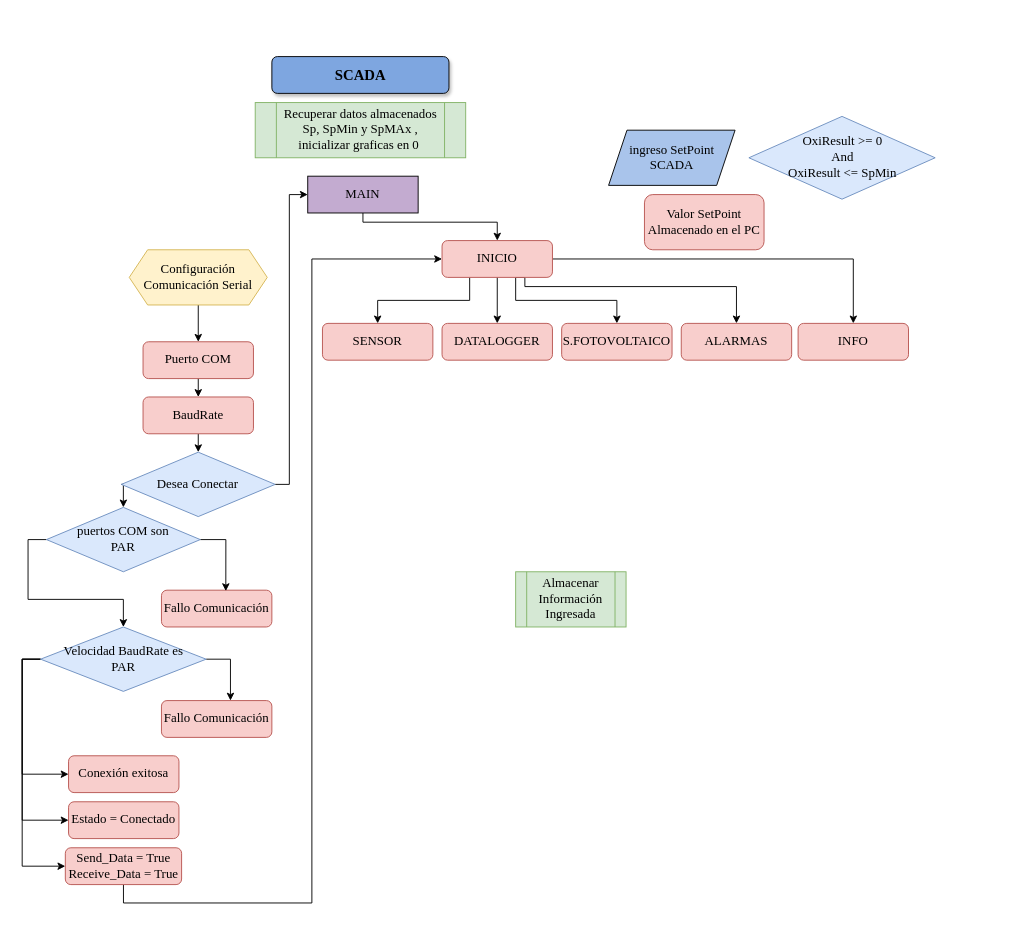
This is DIAGRAMAS DE FLUJO/Untitled Diagram.drawio from CarlosFonseca97/SCADA_DIEGO, a draw.io file, before an edit. Source tidied: cells renumbered, new cells numbered last; positions are measured from the earlier drawing's top-left corner, leaving out a move shared by most shapes. Both pictures are drawn from the tidied source at 92%, with x=0, y=0 at pixel (40, 56). Pictures stored in the file or linked from it are replaced by grey dashed boxes.
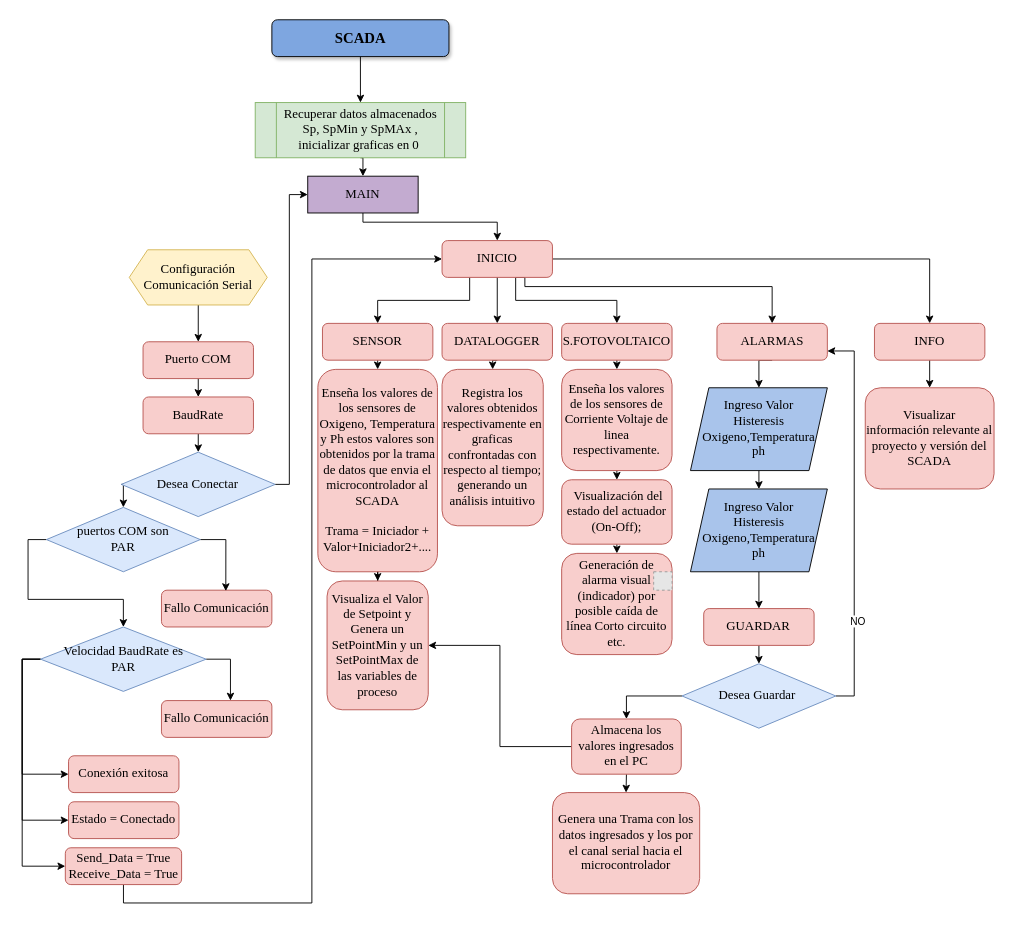
Above is the later version.

The change refers to these unchanged cells:
```xml
<mxCell id="7" value="&lt;font face=&quot;Times New Roman&quot; style=&quot;font-size: 14px&quot;&gt;MAIN&lt;/font&gt;" style="rounded=0;whiteSpace=wrap;html=1;fillColor=#C3ABD0;" parent="1" vertex="1">
  <mxGeometry x="290" y="130" width="120" height="40" as="geometry" />
</mxCell>
<mxCell id="16" value="&lt;span style=&quot;font-family: &amp;#34;times new roman&amp;#34; ; font-size: 14px&quot;&gt;INICIO&lt;/span&gt;" style="rounded=1;whiteSpace=wrap;html=1;strokeColor=#b85450;fillColor=#f8cecc;" parent="1" vertex="1">
  <mxGeometry x="436" y="200" width="120" height="40" as="geometry" />
</mxCell>
<mxCell id="17" value="&lt;font face=&quot;Times New Roman&quot;&gt;&lt;span style=&quot;font-size: 14px&quot;&gt;SENSOR&lt;/span&gt;&lt;/font&gt;" style="rounded=1;whiteSpace=wrap;html=1;strokeColor=#b85450;fillColor=#f8cecc;" parent="1" vertex="1">
  <mxGeometry x="306" y="290" width="120" height="40" as="geometry" />
</mxCell>
<mxCell id="18" value="&lt;font face=&quot;Times New Roman&quot;&gt;&lt;span style=&quot;font-size: 14px&quot;&gt;DATALOGGER&lt;/span&gt;&lt;/font&gt;" style="rounded=1;whiteSpace=wrap;html=1;strokeColor=#b85450;fillColor=#f8cecc;" parent="1" vertex="1">
  <mxGeometry x="436" y="290" width="120" height="40" as="geometry" />
</mxCell>
<mxCell id="19" value="&lt;font face=&quot;Times New Roman&quot;&gt;&lt;span style=&quot;font-size: 14px&quot;&gt;S.FOTOVOLTAICO&lt;/span&gt;&lt;/font&gt;" style="rounded=1;whiteSpace=wrap;html=1;strokeColor=#b85450;fillColor=#f8cecc;" parent="1" vertex="1">
  <mxGeometry x="566" y="290" width="120" height="40" as="geometry" />
</mxCell>
<mxCell id="43" value="&lt;font face=&quot;Times New Roman&quot; style=&quot;font-size: 14px&quot;&gt;Recuperar datos almacenados Sp, SpMin y SpMAx , inicializar graficas en 0&amp;nbsp;&lt;/font&gt;" style="shape=process;whiteSpace=wrap;html=1;backgroundOutline=1;fillColor=#d5e8d4;strokeColor=#82b366;" parent="1" vertex="1">
  <mxGeometry x="232.9" y="50" width="228.8" height="60" as="geometry" />
</mxCell>
```

The edit, as a diff of the source:
```diff
@@
+    <mxCell id="44" style="edgeStyle=orthogonalEdgeStyle;rounded=0;jettySize=auto;html=1;exitX=0.5;exitY=1;exitDx=0;exitDy=0;entryX=0.5;entryY=0;entryDx=0;entryDy=0;" parent="1" edge="1" source="2" target="43">
+      <mxGeometry relative="1" as="geometry" />
+    </mxCell>
     <mxCell id="2" value="&lt;font face=&quot;Times New Roman&quot; style=&quot;font-size: 16px&quot;&gt;&lt;b style=&quot;font-size: 16px&quot;&gt;SCADA&lt;/b&gt;&lt;/font&gt;" style="rounded=1;whiteSpace=wrap;html=1;fontSize=16;glass=0;strokeWidth=1;shadow=1;fillColor=#7EA6E0;" parent="1" vertex="1">
-      <mxGeometry x="251" width="192.5" height="40" as="geometry" />
+      <mxGeometry x="251" y="-40" width="192.5" height="40" as="geometry" />
     </mxCell>
+    <mxCell id="45" style="edgeStyle=orthogonalEdgeStyle;rounded=0;jettySize=auto;html=1;exitX=0.5;exitY=1;exitDx=0;exitDy=0;" parent="1" edge="1" source="3" target="62">
+      <mxGeometry relative="1" as="geometry" />
+    </mxCell>
-    <mxCell id="3" value="&lt;font face=&quot;Times New Roman&quot; style=&quot;font-size: 14px&quot;&gt;Valor SetPoint Almacenado en el PC&lt;/font&gt;" style="rounded=1;whiteSpace=wrap;html=1;strokeColor=#b85450;fillColor=#f8cecc;" parent="1" vertex="1">
-      <mxGeometry x="656" y="150" width="130" height="60" as="geometry" />
+    <mxCell id="3" value="&lt;font face=&quot;Times New Roman&quot; style=&quot;font-size: 14px&quot;&gt;Enseña los valores de los sensores de Oxigeno, Temperatura y Ph estos valores son obtenidos por la trama de datos que envia el microcontrolador al SCADA&lt;br&gt;&lt;br&gt;Trama = Iniciador + Valor+Iniciador2+....&lt;br&gt;&lt;/font&gt;" style="rounded=1;whiteSpace=wrap;html=1;strokeColor=#b85450;fillColor=#f8cecc;" parent="1" vertex="1">
+      <mxGeometry x="301" y="340" width="130" height="220" as="geometry" />
     </mxCell>
+    <mxCell id="46" style="edgeStyle=orthogonalEdgeStyle;rounded=0;jettySize=auto;html=1;exitX=0.5;exitY=1;exitDx=0;exitDy=0;entryX=0.5;entryY=0;entryDx=0;entryDy=0;" parent="1" edge="1" source="4" target="61">
+      <mxGeometry relative="1" as="geometry" />
+    </mxCell>
-    <mxCell id="4" value="&lt;font face=&quot;Times New Roman&quot; style=&quot;font-size: 14px&quot;&gt;ingreso SetPoint&lt;br&gt;SCADA&lt;/font&gt;" style="shape=parallelogram;perimeter=parallelogramPerimeter;whiteSpace=wrap;html=1;fixedSize=1;fillColor=#A9C4EB;" parent="1" vertex="1">
-      <mxGeometry x="617" y="80" width="137.5" height="60" as="geometry" />
+    <mxCell id="4" value="&lt;span style=&quot;font-family: &amp;#34;times new roman&amp;#34; ; font-size: 14px&quot;&gt;Ingreso Valor&lt;/span&gt;&lt;br style=&quot;font-family: &amp;#34;times new roman&amp;#34; ; font-size: 14px&quot;&gt;&lt;span style=&quot;font-family: &amp;#34;times new roman&amp;#34; ; font-size: 14px&quot;&gt;Histeresis&lt;/span&gt;&lt;br style=&quot;font-family: &amp;#34;times new roman&amp;#34; ; font-size: 14px&quot;&gt;&lt;span style=&quot;font-family: &amp;#34;times new roman&amp;#34; ; font-size: 14px&quot;&gt;Oxigeno,Temperatura&lt;/span&gt;&lt;br style=&quot;font-family: &amp;#34;times new roman&amp;#34; ; font-size: 14px&quot;&gt;&lt;span style=&quot;font-family: &amp;#34;times new roman&amp;#34; ; font-size: 14px&quot;&gt;ph&lt;/span&gt;" style="shape=parallelogram;perimeter=parallelogramPerimeter;whiteSpace=wrap;html=1;fixedSize=1;fillColor=#A9C4EB;" parent="1" vertex="1">
+      <mxGeometry x="706" y="360" width="148.8" height="90" as="geometry" />
     </mxCell>
-    <mxCell id="5" value="&lt;font face=&quot;Times New Roman&quot; style=&quot;font-size: 14px&quot;&gt;Almacenar Información Ingresada&lt;/font&gt;" style="shape=process;whiteSpace=wrap;html=1;backgroundOutline=1;fillColor=#d5e8d4;strokeColor=#82b366;" parent="1" vertex="1">
-      <mxGeometry x="516" y="560" width="120" height="60" as="geometry" />
-    </mxCell>
@@
-    <mxCell id="10" value="&lt;font style=&quot;font-size: 14px&quot; face=&quot;Times New Roman&quot;&gt;OxiResult &amp;gt;= 0 &lt;br&gt;And &lt;br&gt;OxiResult &amp;lt;= SpMin&lt;/font&gt;" style="rhombus;whiteSpace=wrap;html=1;fillColor=#dae8fc;strokeColor=#6c8ebf;" parent="1" vertex="1">
-      <mxGeometry x="769.5" y="65" width="202.5" height="90" as="geometry" />
-    </mxCell>
@@
     <mxCell id="15" style="edgeStyle=orthogonalEdgeStyle;rounded=0;jettySize=auto;html=1;exitX=0.75;exitY=1;exitDx=0;exitDy=0;entryX=0.5;entryY=0;entryDx=0;entryDy=0;" parent="1" edge="1" source="16" target="20">
       <mxGeometry relative="1" as="geometry">
         <Array as="points">
           <mxPoint x="526" y="250" />
-          <mxPoint x="756" y="250" />
+          <mxPoint x="795" y="250" />
         </Array>
       </mxGeometry>
     </mxCell>
@@
+    <mxCell id="47" style="edgeStyle=orthogonalEdgeStyle;rounded=0;jettySize=auto;html=1;exitX=0.5;exitY=1;exitDx=0;exitDy=0;entryX=0.5;entryY=0;entryDx=0;entryDy=0;" parent="1" edge="1" source="17" target="3">
+      <mxGeometry relative="1" as="geometry" />
+    </mxCell>
@@
+    <mxCell id="48" style="edgeStyle=orthogonalEdgeStyle;rounded=0;jettySize=auto;html=1;exitX=0.5;exitY=1;exitDx=0;exitDy=0;entryX=0.5;entryY=0;entryDx=0;entryDy=0;" parent="1" edge="1" source="18" target="53">
+      <mxGeometry relative="1" as="geometry" />
+    </mxCell>
@@
+    <mxCell id="49" style="edgeStyle=orthogonalEdgeStyle;rounded=0;jettySize=auto;html=1;exitX=0.5;exitY=1;exitDx=0;exitDy=0;entryX=0.5;entryY=0;entryDx=0;entryDy=0;" parent="1" edge="1" source="19" target="56">
+      <mxGeometry relative="1" as="geometry" />
+    </mxCell>
@@
+    <mxCell id="50" style="edgeStyle=orthogonalEdgeStyle;rounded=0;jettySize=auto;html=1;exitX=0.5;exitY=1;exitDx=0;exitDy=0;entryX=0.5;entryY=0;entryDx=0;entryDy=0;" parent="1" edge="1" source="20" target="4">
+      <mxGeometry relative="1" as="geometry" />
+    </mxCell>
     <mxCell id="20" value="&lt;font face=&quot;Times New Roman&quot;&gt;&lt;span style=&quot;font-size: 14px&quot;&gt;ALARMAS&lt;/span&gt;&lt;/font&gt;" style="rounded=1;whiteSpace=wrap;html=1;strokeColor=#b85450;fillColor=#f8cecc;" parent="1" vertex="1">
-      <mxGeometry x="696" y="290" width="120" height="40" as="geometry" />
+      <mxGeometry x="734.8" y="290" width="120" height="40" as="geometry" />
     </mxCell>
+    <mxCell id="51" style="edgeStyle=orthogonalEdgeStyle;rounded=0;jettySize=auto;html=1;exitX=0.5;exitY=1;exitDx=0;exitDy=0;entryX=0.5;entryY=0;entryDx=0;entryDy=0;" parent="1" edge="1" source="21" target="73">
+      <mxGeometry relative="1" as="geometry" />
+    </mxCell>
     <mxCell id="21" value="&lt;font face=&quot;Times New Roman&quot;&gt;&lt;span style=&quot;font-size: 14px&quot;&gt;INFO&lt;/span&gt;&lt;/font&gt;" style="rounded=1;whiteSpace=wrap;html=1;strokeColor=#b85450;fillColor=#f8cecc;" parent="1" vertex="1">
-      <mxGeometry x="823" y="290" width="120" height="40" as="geometry" />
+      <mxGeometry x="906" y="290" width="120" height="40" as="geometry" />
     </mxCell>
@@
+    <mxCell id="52" style="edgeStyle=orthogonalEdgeStyle;rounded=0;jettySize=auto;html=1;exitX=0.5;exitY=1;exitDx=0;exitDy=0;entryX=0.5;entryY=0;entryDx=0;entryDy=0;" parent="1" edge="1" source="43" target="7">
+      <mxGeometry relative="1" as="geometry" />
+    </mxCell>
@@
+    <mxCell id="53" value="&lt;font face=&quot;Times New Roman&quot;&gt;&lt;span style=&quot;font-size: 14px&quot;&gt;Registra los valores obtenidos respectivamente en graficas confrontadas con respecto al tiempo; generando un análisis&amp;nbsp;intuitivo&lt;/span&gt;&lt;br&gt;&lt;/font&gt;" style="rounded=1;whiteSpace=wrap;html=1;strokeColor=#b85450;fillColor=#f8cecc;" parent="1" vertex="1">
+      <mxGeometry x="436" y="340" width="110" height="170" as="geometry" />
+    </mxCell>
+    <mxCell id="54" value="&lt;font face=&quot;Times New Roman&quot;&gt;&lt;font&gt;&lt;span style=&quot;font-size: 14px&quot;&gt;Generación&amp;nbsp;de alarma visual (indicador) por posible caída&amp;nbsp;de línea Corto circuito etc.&lt;/span&gt;&lt;/font&gt;&lt;br&gt;&lt;/font&gt;" style="rounded=1;whiteSpace=wrap;html=1;strokeColor=#b85450;fillColor=#f8cecc;" parent="1" vertex="1">
+      <mxGeometry x="566" y="540" width="120" height="110" as="geometry" />
+    </mxCell>
+    <mxCell id="55" style="edgeStyle=orthogonalEdgeStyle;rounded=0;jettySize=auto;html=1;exitX=0.5;exitY=1;exitDx=0;exitDy=0;entryX=0.5;entryY=0;entryDx=0;entryDy=0;" parent="1" edge="1" source="56" target="58">
+      <mxGeometry relative="1" as="geometry" />
+    </mxCell>
+    <mxCell id="56" value="&lt;span style=&quot;font-family: &amp;#34;times new roman&amp;#34; ; font-size: 14px&quot;&gt;Enseña los valores de los sensores de Corriente Voltaje de linea respectivamente.&lt;/span&gt;&lt;font face=&quot;Times New Roman&quot;&gt;&lt;br&gt;&lt;/font&gt;" style="rounded=1;whiteSpace=wrap;html=1;strokeColor=#b85450;fillColor=#f8cecc;" parent="1" vertex="1">
+      <mxGeometry x="566" y="340" width="120" height="110" as="geometry" />
+    </mxCell>
+    <mxCell id="57" style="edgeStyle=orthogonalEdgeStyle;rounded=0;jettySize=auto;html=1;exitX=0.5;exitY=1;exitDx=0;exitDy=0;entryX=0.5;entryY=0;entryDx=0;entryDy=0;" parent="1" edge="1" source="58" target="54">
+      <mxGeometry relative="1" as="geometry" />
+    </mxCell>
+    <mxCell id="58" value="&lt;font face=&quot;Times New Roman&quot;&gt;&lt;span style=&quot;font-size: 14px&quot;&gt;&amp;nbsp;Visualización&amp;nbsp;del estado del actuador (On-Off);&lt;/span&gt;&lt;br&gt;&lt;/font&gt;" style="rounded=1;whiteSpace=wrap;html=1;strokeColor=#b85450;fillColor=#f8cecc;" parent="1" vertex="1">
+      <mxGeometry x="566" y="460" width="120" height="70" as="geometry" />
+    </mxCell>
+    <mxCell id="59" style="fillColor=#E6E6E6;strokeColor=#999999;dashed=1;verticalLabelPosition=bottom;labelBackgroundColor=#ffffff;verticalAlign=top;" parent="1" vertex="1">
+      <mxGeometry x="666" y="560" width="20" height="20" as="geometry" />
+    </mxCell>
+    <mxCell id="60" style="edgeStyle=orthogonalEdgeStyle;rounded=0;jettySize=auto;html=1;exitX=0.5;exitY=1;exitDx=0;exitDy=0;entryX=0.5;entryY=0;entryDx=0;entryDy=0;" parent="1" edge="1" source="61" target="64">
+      <mxGeometry relative="1" as="geometry" />
+    </mxCell>
+    <mxCell id="61" value="&lt;font face=&quot;Times New Roman&quot; style=&quot;font-size: 14px&quot;&gt;Ingreso Valor &lt;br&gt;Histeresis&lt;br&gt;Oxigeno,Temperatura&lt;br&gt;ph&lt;br&gt;&lt;/font&gt;" style="shape=parallelogram;perimeter=parallelogramPerimeter;whiteSpace=wrap;html=1;fixedSize=1;fillColor=#A9C4EB;" parent="1" vertex="1">
+      <mxGeometry x="706" y="470" width="148.8" height="90" as="geometry" />
+    </mxCell>
+    <mxCell id="62" value="&lt;font face=&quot;Times New Roman&quot;&gt;&lt;span style=&quot;font-size: 14px&quot;&gt;Visualiza&amp;nbsp;el Valor de Setpoint y Genera un SetPointMin y un SetPointMax de las variables de proceso&lt;/span&gt;&lt;br&gt;&lt;/font&gt;" style="rounded=1;whiteSpace=wrap;html=1;strokeColor=#b85450;fillColor=#f8cecc;" parent="1" vertex="1">
+      <mxGeometry x="311" y="570" width="110" height="140" as="geometry" />
+    </mxCell>
+    <mxCell id="63" style="edgeStyle=orthogonalEdgeStyle;rounded=0;jettySize=auto;html=1;exitX=0.5;exitY=1;exitDx=0;exitDy=0;entryX=0.5;entryY=0;entryDx=0;entryDy=0;" parent="1" edge="1" source="64" target="68">
+      <mxGeometry relative="1" as="geometry" />
+    </mxCell>
+    <mxCell id="64" value="&lt;font face=&quot;Times New Roman&quot;&gt;&lt;span style=&quot;font-size: 14px&quot;&gt;GUARDAR&lt;/span&gt;&lt;/font&gt;" style="rounded=1;whiteSpace=wrap;html=1;strokeColor=#b85450;fillColor=#f8cecc;" parent="1" vertex="1">
+      <mxGeometry x="720.4" y="600" width="120" height="40" as="geometry" />
+    </mxCell>
+    <mxCell id="65" style="edgeStyle=orthogonalEdgeStyle;rounded=0;jettySize=auto;html=1;exitX=1;exitY=0.5;exitDx=0;exitDy=0;entryX=1;entryY=0.75;entryDx=0;entryDy=0;" parent="1" edge="1" source="68" target="20">
+      <mxGeometry relative="1" as="geometry" />
+    </mxCell>
+    <mxCell id="66" value="NO" style="edgeLabel;html=1;align=center;verticalAlign=middle;" parent="65" vertex="1">
+      <mxGeometry x="-0.52" y="-3" relative="1" as="geometry" />
+    </mxCell>
+    <mxCell id="67" style="edgeStyle=orthogonalEdgeStyle;rounded=0;jettySize=auto;html=1;exitX=0;exitY=0.5;exitDx=0;exitDy=0;entryX=0.5;entryY=0;entryDx=0;entryDy=0;" parent="1" edge="1" source="68" target="71">
+      <mxGeometry relative="1" as="geometry" />
+    </mxCell>
+    <mxCell id="68" value="&lt;font face=&quot;Times New Roman&quot;&gt;&lt;span style=&quot;font-size: 14px&quot;&gt;Desea Guardar&amp;nbsp;&lt;/span&gt;&lt;/font&gt;" style="rhombus;whiteSpace=wrap;html=1;fillColor=#dae8fc;strokeColor=#6c8ebf;" parent="1" vertex="1">
+      <mxGeometry x="696.8" y="660" width="167.2" height="70" as="geometry" />
+    </mxCell>
+    <mxCell id="69" style="edgeStyle=orthogonalEdgeStyle;rounded=0;jettySize=auto;html=1;exitX=0;exitY=0.5;exitDx=0;exitDy=0;entryX=1;entryY=0.5;entryDx=0;entryDy=0;" parent="1" edge="1" source="71" target="62">
+      <mxGeometry relative="1" as="geometry" />
+    </mxCell>
+    <mxCell id="70" style="edgeStyle=orthogonalEdgeStyle;rounded=0;jettySize=auto;html=1;exitX=0.5;exitY=1;exitDx=0;exitDy=0;entryX=0.5;entryY=0;entryDx=0;entryDy=0;" parent="1" edge="1" source="71" target="72">
+      <mxGeometry relative="1" as="geometry" />
+    </mxCell>
+    <mxCell id="71" value="&lt;font face=&quot;Times New Roman&quot;&gt;&lt;span style=&quot;font-size: 14px&quot;&gt;Almacena los valores ingresados en el PC&lt;/span&gt;&lt;/font&gt;" style="rounded=1;whiteSpace=wrap;html=1;strokeColor=#b85450;fillColor=#f8cecc;" parent="1" vertex="1">
+      <mxGeometry x="576.8" y="720" width="119.2" height="60" as="geometry" />
+    </mxCell>
+    <mxCell id="72" value="&lt;font face=&quot;Times New Roman&quot;&gt;&lt;span style=&quot;font-size: 14px&quot;&gt;Genera una Trama con los datos ingresados y los por el canal serial hacia el microcontrolador&lt;/span&gt;&lt;/font&gt;" style="rounded=1;whiteSpace=wrap;html=1;strokeColor=#b85450;fillColor=#f8cecc;" parent="1" vertex="1">
+      <mxGeometry x="556" y="800" width="160" height="110" as="geometry" />
+    </mxCell>
+    <mxCell id="73" value="&lt;font face=&quot;Times New Roman&quot;&gt;&lt;span style=&quot;font-size: 14px&quot;&gt;Visualizar información&amp;nbsp;relevante al proyecto y versión&amp;nbsp;del SCADA&lt;/span&gt;&lt;/font&gt;" style="rounded=1;whiteSpace=wrap;html=1;strokeColor=#b85450;fillColor=#f8cecc;" parent="1" vertex="1">
+      <mxGeometry x="896" y="360" width="140" height="110" as="geometry" />
+    </mxCell>
```
